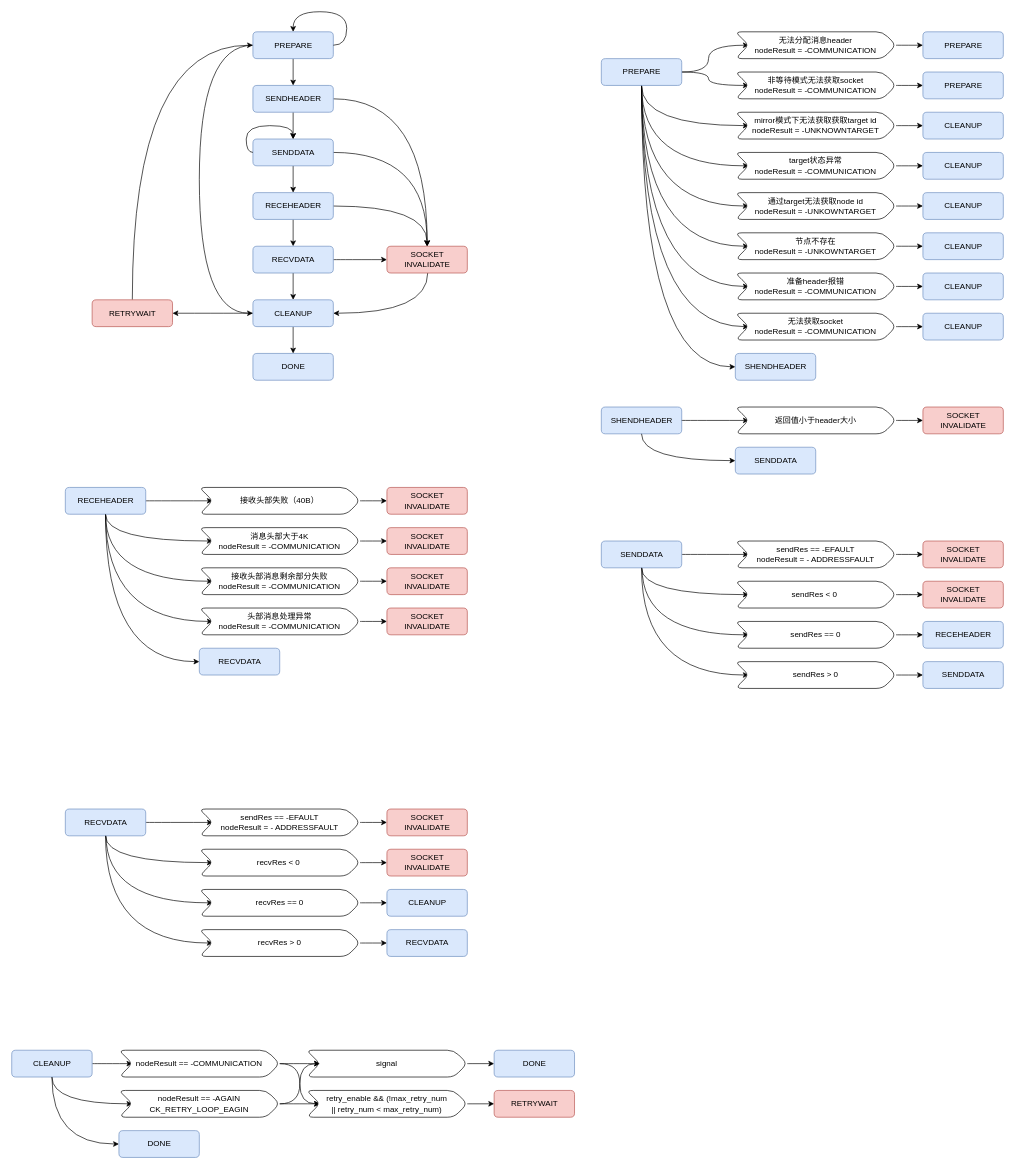
Above: beegfs/beegfs-client.drawio in EarthWind/deeparch (draw.io), before the change. Source tidied: cells renumbered, new cells numbered last; positions are measured from the earlier drawing's top-left corner, leaving out a move shared by most shapes. Both pictures are drawn from the tidied source at 67%, with x=0, y=0 at pixel (11, 11).
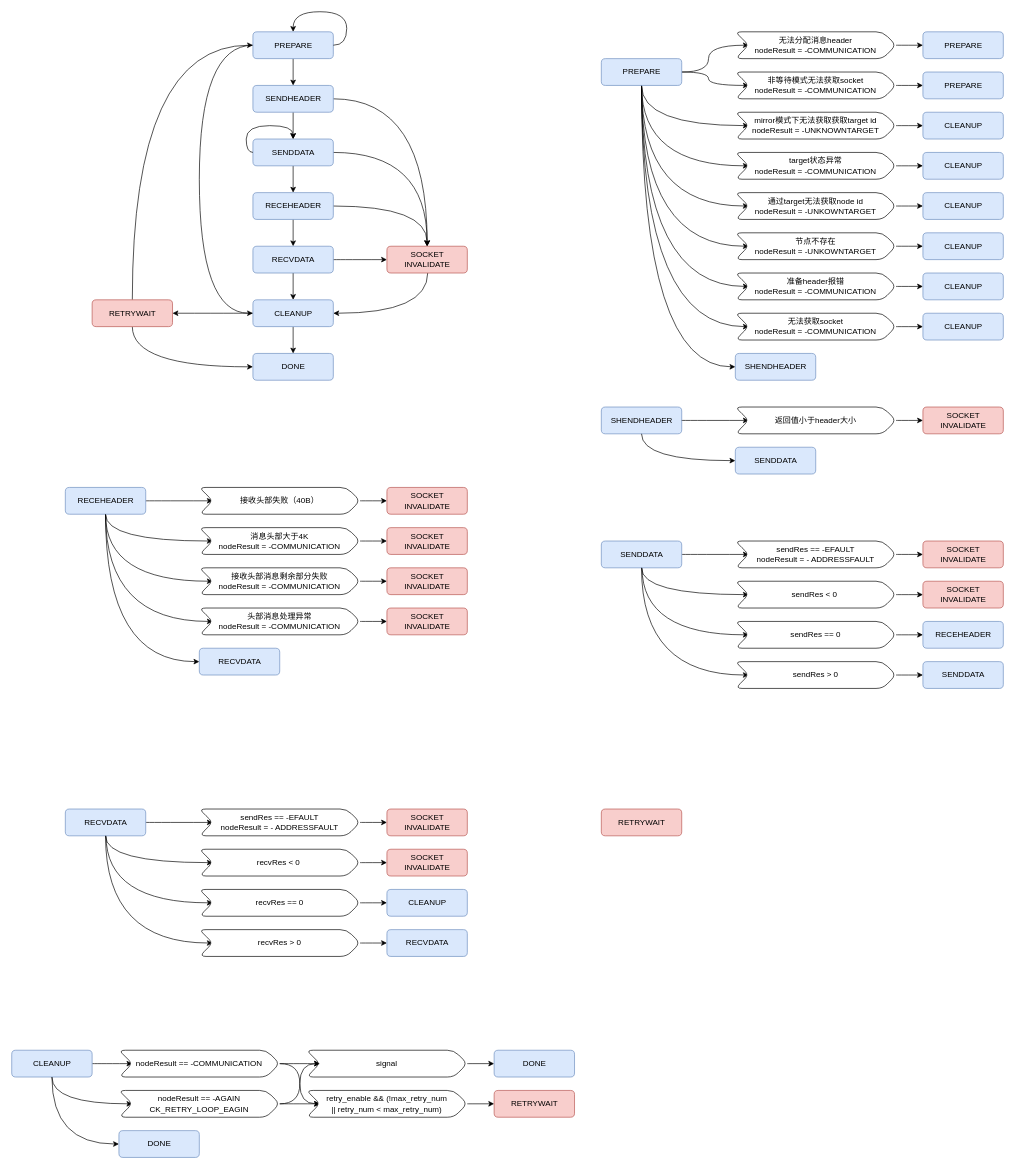
After the change.

The change refers to these unchanged cells:
```xml
<mxCell id="26" style="rounded=1;whiteSpace=wrap;html=1;fillColor=#dae8fc;strokeColor=#6c8ebf;" parent="1" vertex="1">
  <mxGeometry x="360" y="510" width="120" height="40" as="geometry" />
</mxCell>
<mxCell id="33" style="rounded=1;whiteSpace=wrap;html=1;fillColor=#f8cecc;strokeColor=#b85450;" parent="1" vertex="1">
  <mxGeometry x="120" y="430" width="120" height="40" as="geometry" />
</mxCell>
```

Change to the diagram source:
```diff
@@
+    <mxCell id="181" style="edgeStyle=orthogonalEdgeStyle;curved=1;rounded=0;jettySize=auto;html=1;entryX=0;entryY=0.5;entryDx=0;entryDy=0;exitX=0.5;exitY=1;exitDx=0;exitDy=0;" parent="1" edge="1" source="33" target="26">
+      <mxGeometry relative="1" as="geometry" />
+    </mxCell>
@@
+    <mxCell id="182" style="rounded=1;whiteSpace=wrap;html=1;fillColor=#f8cecc;strokeColor=#b85450;" parent="1" vertex="1">
+      <mxGeometry x="880" y="1190" width="120" height="40" as="geometry" />
+    </mxCell>
+    <mxCell id="183" value="RETRYWAIT" style="text;html=1;align=center;verticalAlign=middle;strokeColor=none;fillColor=none;" parent="1" vertex="1">
+      <mxGeometry x="895" y="1195" width="90" height="30" as="geometry" />
+    </mxCell>
```
